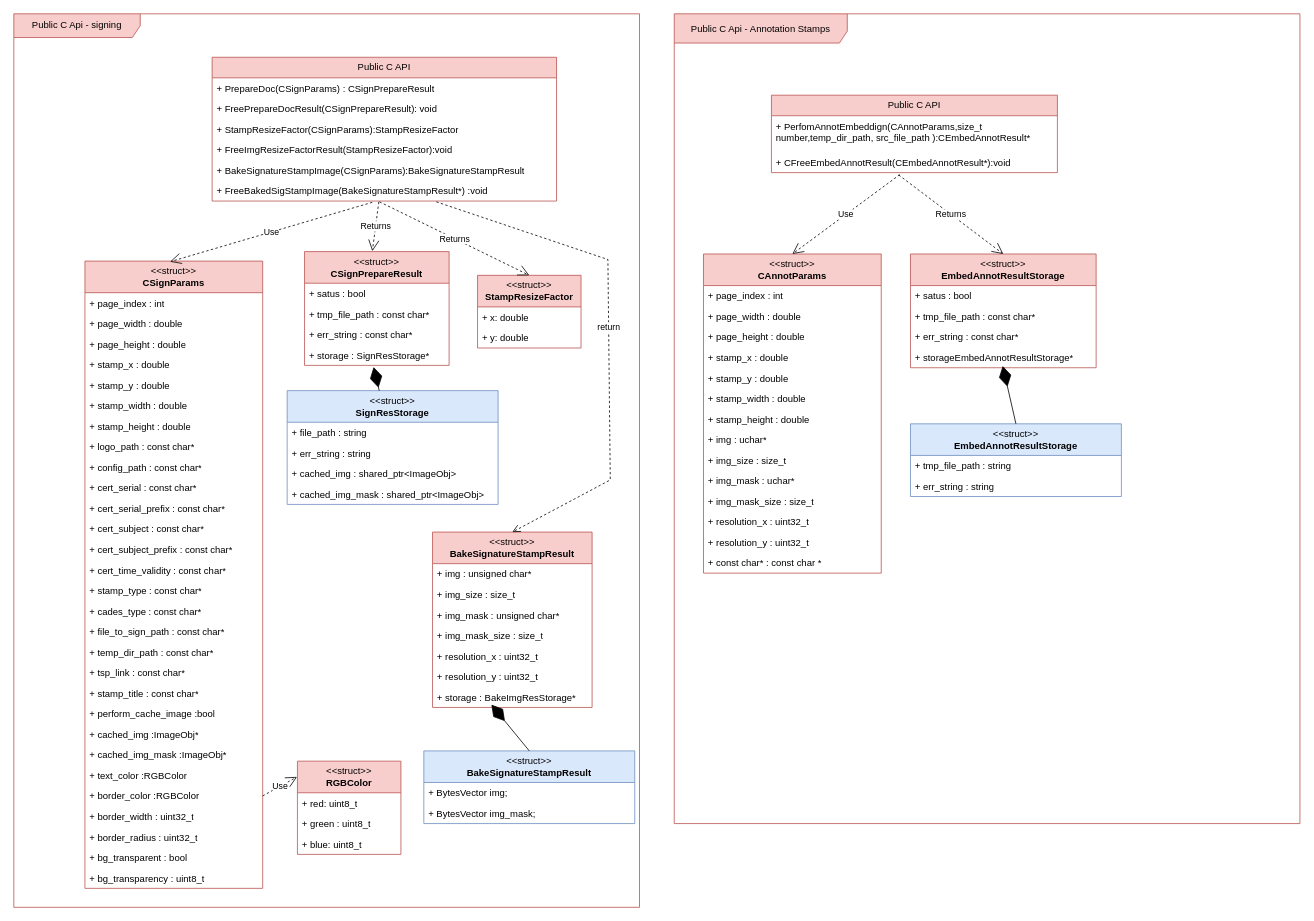
Above: page "PDF Public API" (15 of 17) of basic_struct_draft.drawio in 3036662/pdf_scp (draw.io), before the change. Source tidied: cells renumbered, new cells numbered last; positions are measured from the earlier drawing's top-left corner, leaving out a move shared by most shapes. Both pictures are drawn from the tidied source at 79%, with x=0, y=0 at pixel (13, 13).
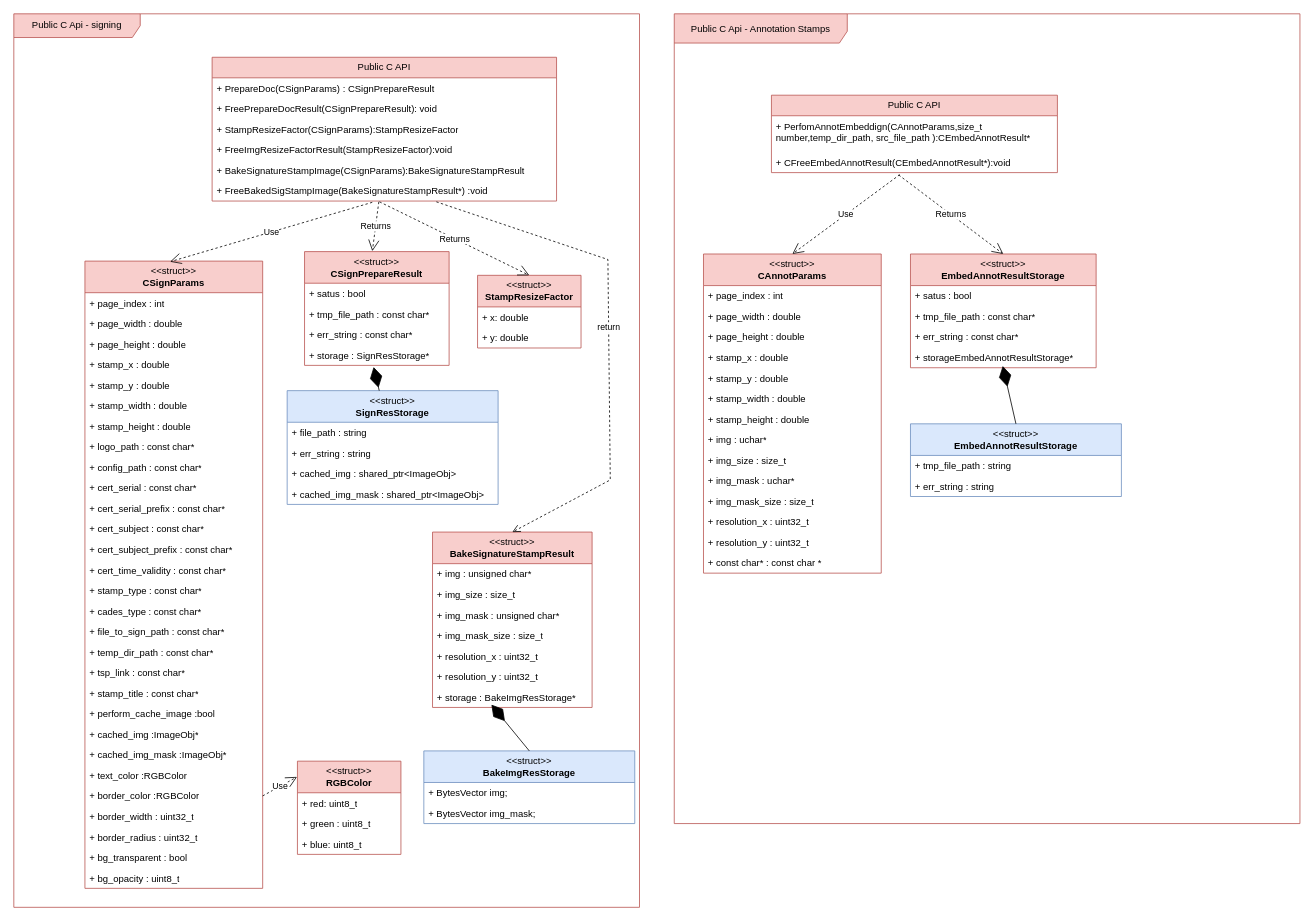
Above is the later version.

Unchanged cells that the change refers to:
```xml
<mxCell id="41" value="&lt;div&gt;&amp;lt;&amp;lt;struct&amp;gt;&amp;gt;&lt;b&gt;&lt;br&gt;&lt;/b&gt;&lt;/div&gt;&lt;div&gt;&lt;b&gt;CSignParams&lt;/b&gt;&lt;/div&gt;" style="swimlane;fontStyle=0;horizontal=1;startSize=40;fillColor=#f8cecc;whiteSpace=wrap;html=1;strokeColor=#b85450;" parent="1" vertex="1">
  <mxGeometry x="90" y="313" width="225" height="794" as="geometry" />
</mxCell>
```

Diff of the diagram source:
```diff
@@
-    <mxCell id="70" value="+ bg_transparency : uint8_t" style="text;strokeColor=none;fillColor=none;align=left;verticalAlign=top;spacingLeft=4;spacingRight=4;overflow=hidden;whiteSpace=wrap;html=1;" parent="41" vertex="1">
+    <mxCell id="70" value="+ bg_opacity : uint8_t" style="text;strokeColor=none;fillColor=none;align=left;verticalAlign=top;spacingLeft=4;spacingRight=4;overflow=hidden;whiteSpace=wrap;html=1;" parent="41" vertex="1">
       <mxGeometry y="768" width="225" height="26" as="geometry" />
     </mxCell>
@@
-    <mxCell id="101" value="&lt;div&gt;&amp;lt;&amp;lt;struct&amp;gt;&amp;gt;&lt;b&gt;&lt;br&gt;&lt;/b&gt;&lt;/div&gt;&lt;div&gt;&lt;b&gt;BakeSignatureStampResult&lt;/b&gt;&lt;/div&gt;" style="swimlane;fontStyle=0;horizontal=1;startSize=40;fillColor=#dae8fc;whiteSpace=wrap;html=1;strokeColor=#6c8ebf;" parent="1" vertex="1">
+    <mxCell id="101" value="&lt;div&gt;&amp;lt;&amp;lt;struct&amp;gt;&amp;gt;&lt;b&gt;&lt;br&gt;&lt;/b&gt;&lt;/div&gt;&lt;div&gt;&lt;b&gt;BakeImgResStorage&lt;/b&gt;&lt;/div&gt;" style="swimlane;fontStyle=0;horizontal=1;startSize=40;fillColor=#dae8fc;whiteSpace=wrap;html=1;strokeColor=#6c8ebf;" parent="1" vertex="1">
       <mxGeometry x="519" y="933" width="267" height="92" as="geometry" />
     </mxCell>
```
